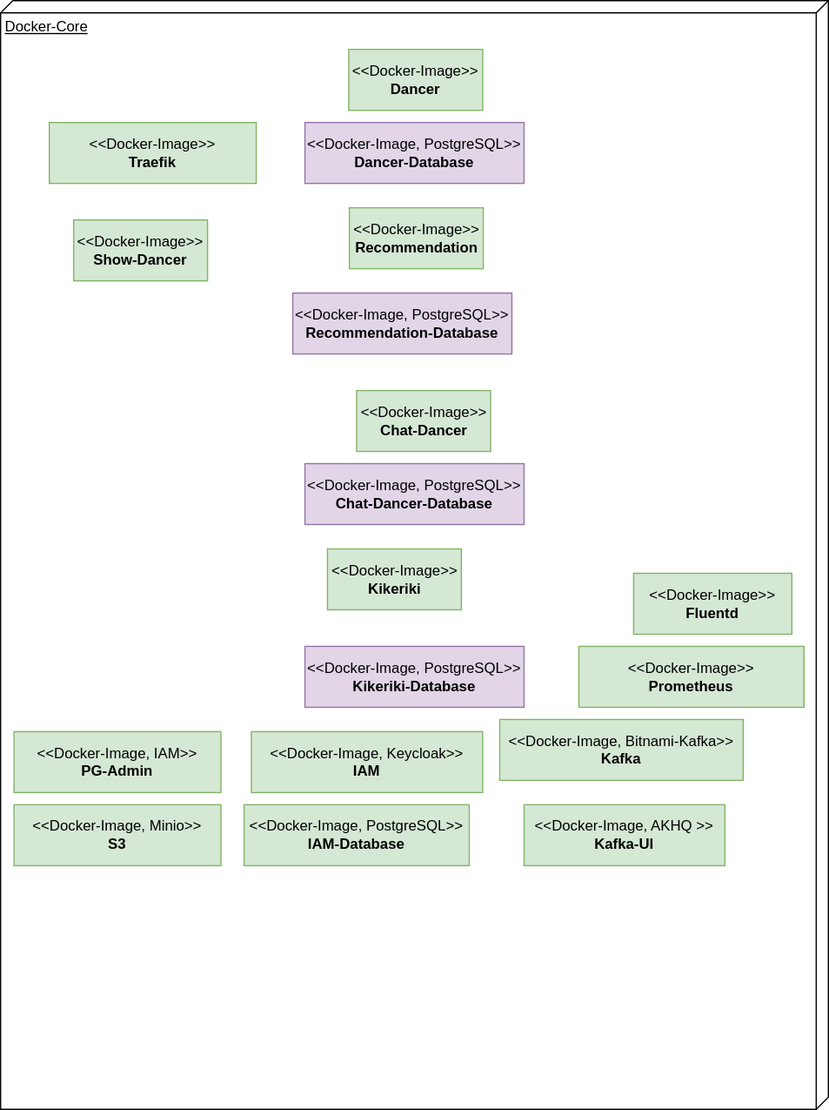
Before: src/main/jbake/content/documentation/arc42/images/deployment.drawio.svg, a diagram exported from draw.io (dancier/documentation). Source tidied: cells renumbered, new cells last; positions are measured from the earlier drawing's top-left corner, leaving out a move shared by most shapes.
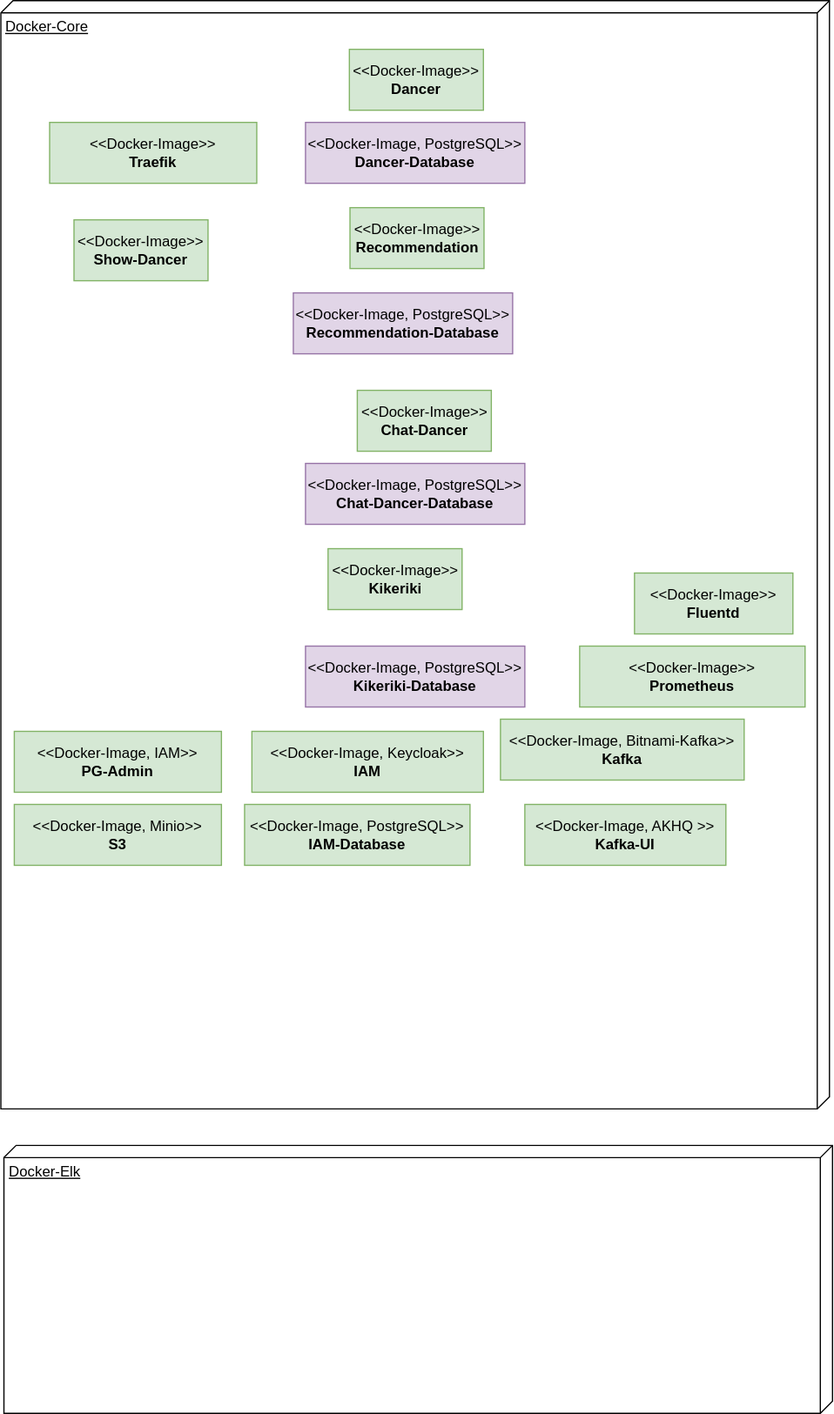
After the commit.

Change to the diagram source:
```diff
@@ -59,5 +59,8 @@
     <mxCell id="20" value="&amp;lt;&amp;lt;Docker-Image, PostgreSQL&amp;gt;&amp;gt;&lt;br&gt;&lt;b&gt;Chat-Dancer-Database&lt;/b&gt;" style="html=1;whiteSpace=wrap;fillColor=#e1d5e7;strokeColor=#9673a6;" parent="1" vertex="1">
       <mxGeometry x="250" y="380" width="180" height="50" as="geometry" />
     </mxCell>
+    <mxCell id="21" value="Docker-Elk" style="verticalAlign=top;align=left;spacingTop=8;spacingLeft=2;spacingRight=12;shape=cube;size=10;direction=south;fontStyle=4;html=1;whiteSpace=wrap;" parent="1" vertex="1">
+      <mxGeometry x="2.5" y="940" width="680" height="220" as="geometry" />
+    </mxCell>
   </root>
 </mxGraphModel>
```
